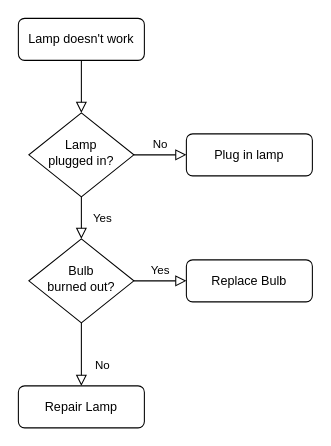
jnaps12/Diagramas keeps this draw.io diagram as Untitled Diagram.drawio. Above is the earlier version. Source tidied: cells renumbered, new cells numbered last; positions are measured from the earlier drawing's top-left corner, leaving out a move shared by most shapes. Both pictures are drawn from the tidied source at 105%, with x=0, y=0 at pixel (18, 18).
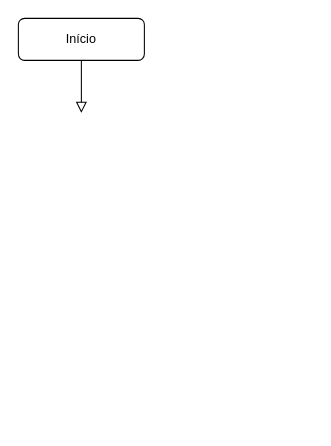
Above is the later version.

Diff of the diagram source:
```diff
@@
 <mxGraphModel>
   <root>
     <mxCell id="0" />
     <mxCell id="1" parent="0" />
-    <mxCell id="2" style="rounded=0;html=1;jettySize=auto;fontSize=11;endArrow=block;endFill=0;endSize=8;strokeWidth=1;shadow=0;labelBackgroundColor=none;edgeStyle=orthogonalEdgeStyle;" parent="1" edge="1" source="3" target="6">
-      <mxGeometry relative="1" as="geometry" />
+    <mxCell id="2" style="rounded=0;html=1;jettySize=auto;fontSize=11;endArrow=block;endFill=0;endSize=8;strokeWidth=1;shadow=0;labelBackgroundColor=none;edgeStyle=orthogonalEdgeStyle;" parent="1" edge="1" source="3">
+      <mxGeometry relative="1" as="geometry">
+        <mxPoint x="60" y="90" as="targetPoint" />
+      </mxGeometry>
     </mxCell>
-    <mxCell id="3" value="Lamp doesn't work" style="rounded=1;whiteSpace=wrap;html=1;fontSize=12;glass=0;strokeWidth=1;shadow=0;" parent="1" vertex="1">
+    <mxCell id="3" value="Início" style="rounded=1;whiteSpace=wrap;html=1;fontSize=12;glass=0;strokeWidth=1;shadow=0;" parent="1" vertex="1">
       <mxGeometry width="120" height="40" as="geometry" />
     </mxCell>
-    <mxCell id="4" value="Yes" style="rounded=0;html=1;jettySize=auto;fontSize=11;endArrow=block;endFill=0;endSize=8;strokeWidth=1;shadow=0;labelBackgroundColor=none;edgeStyle=orthogonalEdgeStyle;" parent="1" edge="1" source="6" target="10">
-      <mxGeometry y="20" relative="1" as="geometry" />
-    </mxCell>
-    <mxCell id="5" value="No" style="edgeStyle=orthogonalEdgeStyle;rounded=0;html=1;jettySize=auto;fontSize=11;endArrow=block;endFill=0;endSize=8;strokeWidth=1;shadow=0;labelBackgroundColor=none;" parent="1" edge="1" source="6" target="7">
-      <mxGeometry y="10" relative="1" as="geometry" />
-    </mxCell>
-    <mxCell id="6" value="Lamp&lt;br&gt;plugged in?" style="rhombus;whiteSpace=wrap;html=1;shadow=0;fontFamily=Helvetica;fontSize=12;align=center;strokeWidth=1;spacing=6;spacingTop=-4;" parent="1" vertex="1">
-      <mxGeometry x="10" y="90" width="100" height="80" as="geometry" />
-    </mxCell>
-    <mxCell id="7" value="Plug in lamp" style="rounded=1;whiteSpace=wrap;html=1;fontSize=12;glass=0;strokeWidth=1;shadow=0;" parent="1" vertex="1">
-      <mxGeometry x="160" y="110" width="120" height="40" as="geometry" />
-    </mxCell>
-    <mxCell id="8" value="No" style="rounded=0;html=1;jettySize=auto;fontSize=11;endArrow=block;endFill=0;endSize=8;strokeWidth=1;shadow=0;labelBackgroundColor=none;edgeStyle=orthogonalEdgeStyle;" parent="1" edge="1" source="10" target="11">
-      <mxGeometry x="0.33" y="20" relative="1" as="geometry" />
-    </mxCell>
-    <mxCell id="9" value="Yes" style="edgeStyle=orthogonalEdgeStyle;rounded=0;html=1;jettySize=auto;fontSize=11;endArrow=block;endFill=0;endSize=8;strokeWidth=1;shadow=0;labelBackgroundColor=none;" parent="1" edge="1" source="10" target="12">
-      <mxGeometry y="10" relative="1" as="geometry" />
-    </mxCell>
-    <mxCell id="10" value="Bulb&lt;br&gt;burned out?" style="rhombus;whiteSpace=wrap;html=1;shadow=0;fontFamily=Helvetica;fontSize=12;align=center;strokeWidth=1;spacing=6;spacingTop=-4;" parent="1" vertex="1">
-      <mxGeometry x="10" y="210" width="100" height="80" as="geometry" />
-    </mxCell>
-    <mxCell id="11" value="Repair Lamp" style="rounded=1;whiteSpace=wrap;html=1;fontSize=12;glass=0;strokeWidth=1;shadow=0;" parent="1" vertex="1">
-      <mxGeometry y="350" width="120" height="40" as="geometry" />
-    </mxCell>
-    <mxCell id="12" value="Replace Bulb" style="rounded=1;whiteSpace=wrap;html=1;fontSize=12;glass=0;strokeWidth=1;shadow=0;" parent="1" vertex="1">
-      <mxGeometry x="160" y="230" width="120" height="40" as="geometry" />
-    </mxCell>
   </root>
 </mxGraphModel>
```
